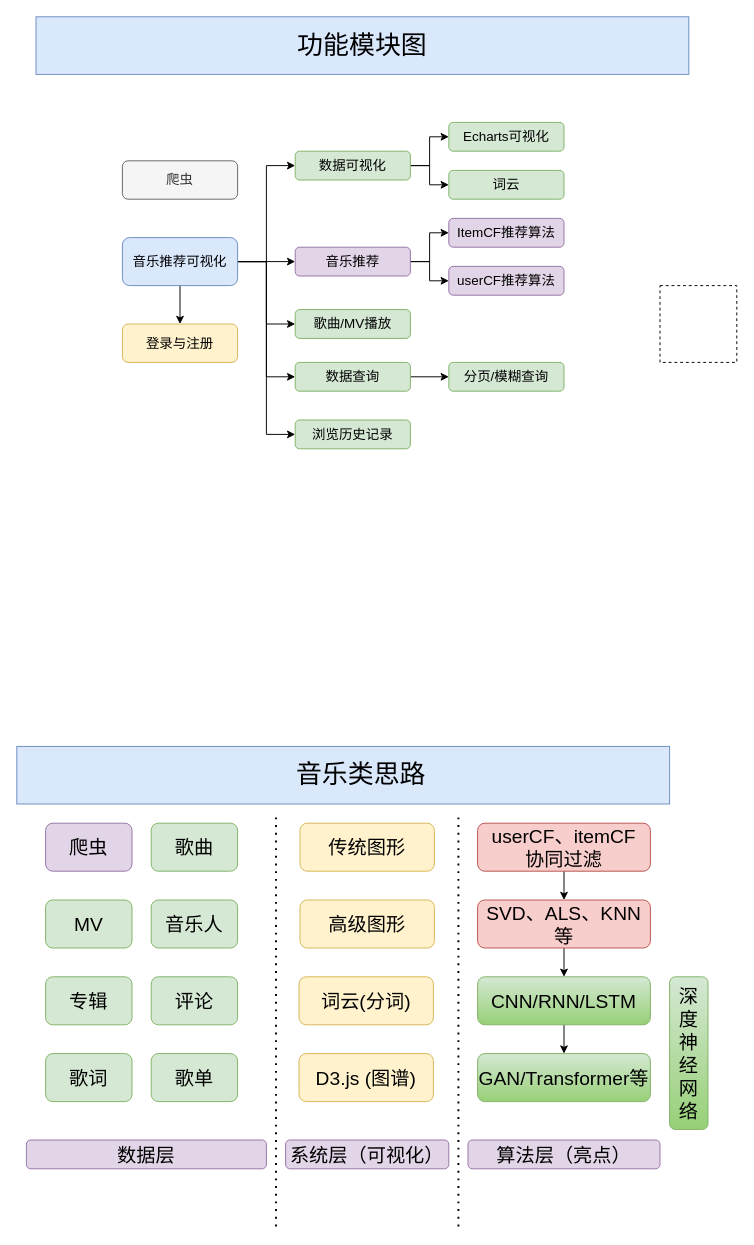
This is FLASK/27Music.drawio from redcomet88/DRAW, a draw.io file, before an edit. Source tidied: cells renumbered, new cells numbered last; positions are measured from the earlier drawing's top-left corner, leaving out a move shared by most shapes. Both pictures are drawn from the tidied source at 96%, with x=0, y=0 at pixel (16, 16).
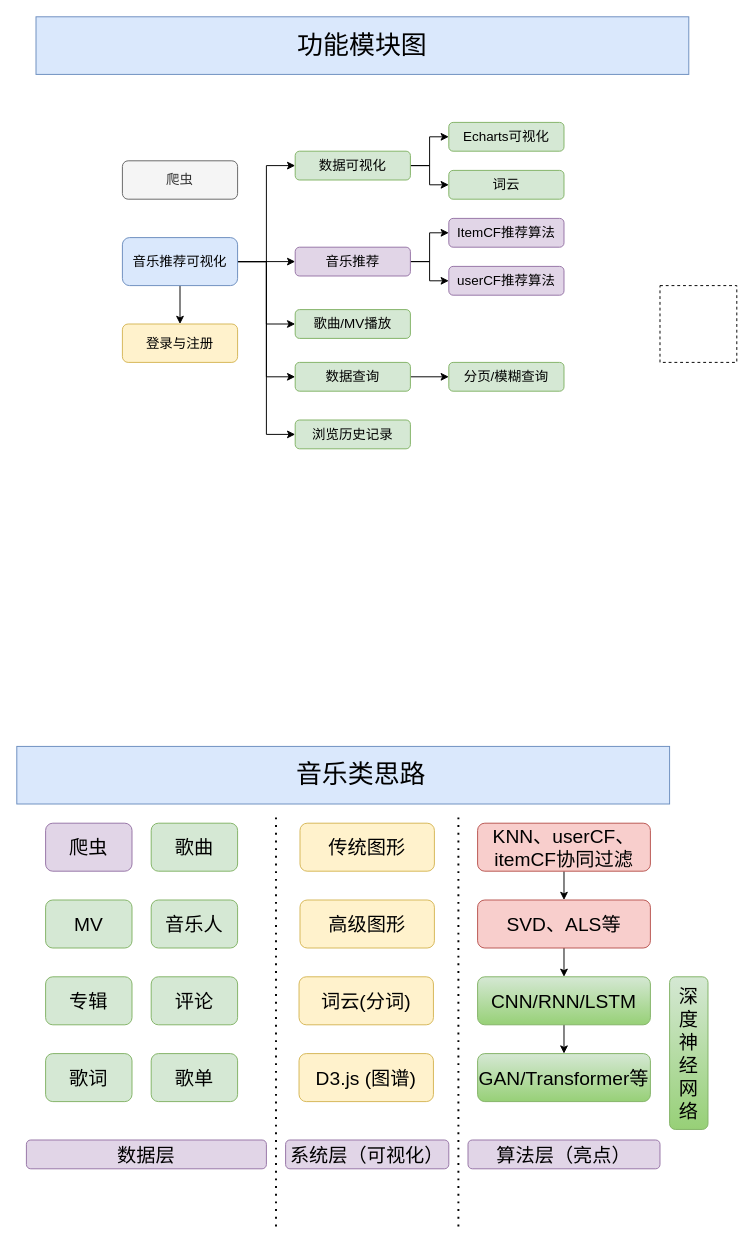
Above is the later version.

What changed in the source:
```diff
@@
-    <mxCell id="45" value="userCF、itemCF&lt;br&gt;协同过滤" style="rounded=1;whiteSpace=wrap;html=1;fontSize=20;fillColor=#f8cecc;strokeColor=#b85450;" parent="1" vertex="1">
+    <mxCell id="45" value="KNN、userCF、itemCF协同过滤" style="rounded=1;whiteSpace=wrap;html=1;fontSize=20;fillColor=#f8cecc;strokeColor=#b85450;" parent="1" vertex="1">
       <mxGeometry x="480" y="840" width="180" height="50" as="geometry" />
     </mxCell>
@@
-    <mxCell id="47" value="SVD、ALS、KNN等" style="rounded=1;whiteSpace=wrap;html=1;fontSize=20;fillColor=#f8cecc;strokeColor=#b85450;" parent="1" vertex="1">
+    <mxCell id="47" value="SVD、ALS等" style="rounded=1;whiteSpace=wrap;html=1;fontSize=20;fillColor=#f8cecc;strokeColor=#b85450;" parent="1" vertex="1">
       <mxGeometry x="480" y="920" width="180" height="50" as="geometry" />
     </mxCell>
```
